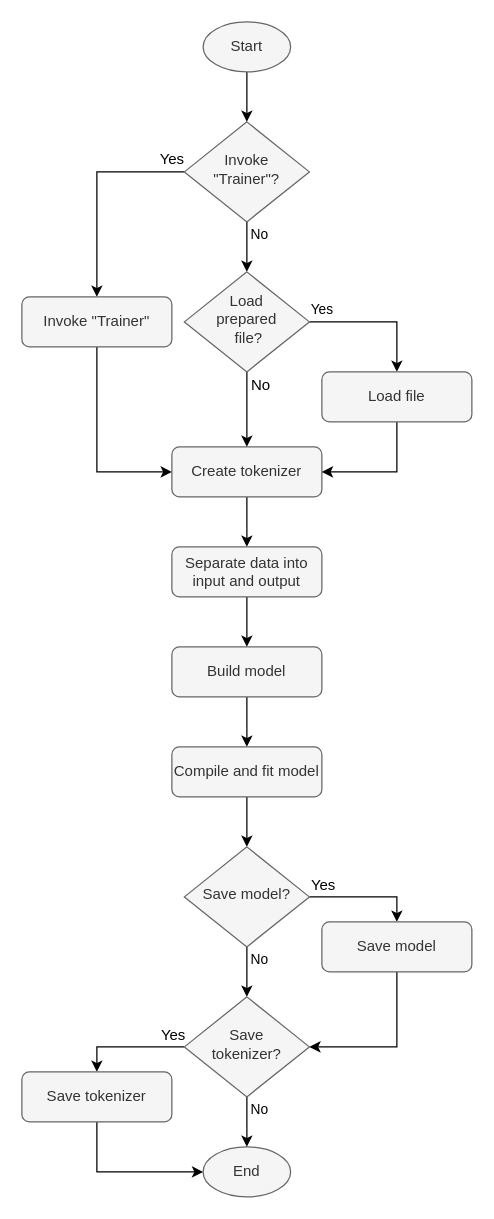
Earlier version of the draw.io diagram Report/pictures/flowchart_trainer.drawio (Teawolf-beep/TwitterBot). Source tidied: cells renumbered, new cells numbered last; positions are measured from the earlier drawing's top-left corner, leaving out a move shared by most shapes. Both pictures are drawn from the tidied source at 125%, with x=0, y=0 at pixel (21, 21).
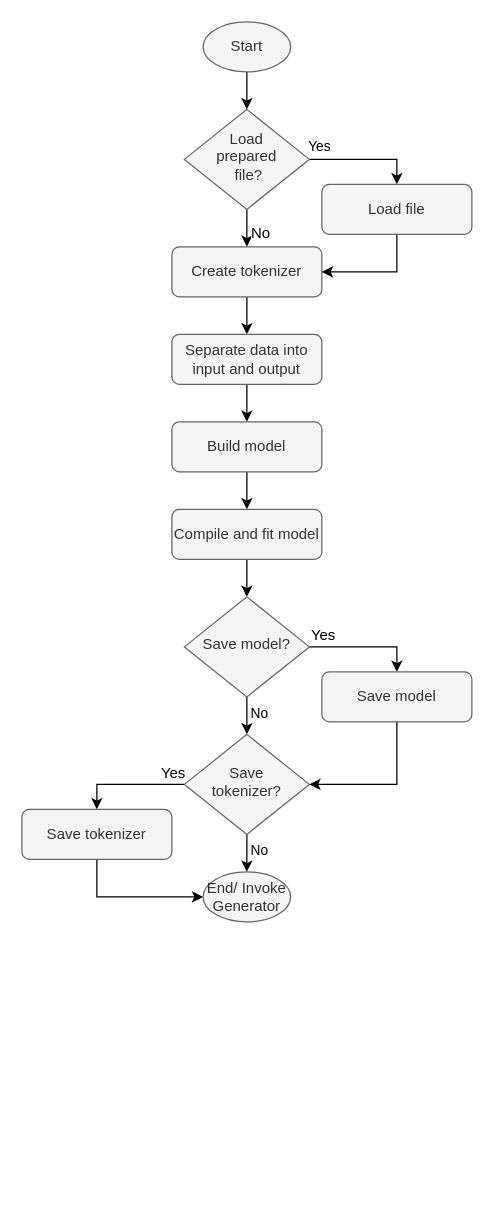
Above is the later version.

The change refers to these unchanged cells:
```xml
<mxCell id="14" style="edgeStyle=orthogonalEdgeStyle;rounded=0;jettySize=auto;html=1;entryX=0.5;entryY=0;entryDx=0;entryDy=0;" parent="1" edge="1" source="17" target="3">
  <mxGeometry relative="1" as="geometry" />
</mxCell>
<mxCell id="19" value="Start" style="ellipse;whiteSpace=wrap;html=1;fillColor=#f5f5f5;strokeColor=#666666;fontColor=#333333;" parent="1" vertex="1">
  <mxGeometry x="145" width="70" height="40" as="geometry" />
</mxCell>
```

Diff of the diagram source:
```diff
@@
     <mxCell id="3" value="Create tokenizer" style="rounded=1;whiteSpace=wrap;html=1;fontSize=12;glass=0;strokeWidth=1;shadow=0;fillColor=#f5f5f5;strokeColor=#666666;fontColor=#333333;" parent="1" vertex="1">
-      <mxGeometry x="120" y="340" width="120" height="40" as="geometry" />
+      <mxGeometry x="120" y="180" width="120" height="40" as="geometry" />
     </mxCell>
@@
     <mxCell id="5" value="Separate data into input and output" style="rounded=1;whiteSpace=wrap;html=1;fontSize=12;glass=0;strokeWidth=1;shadow=0;fillColor=#f5f5f5;strokeColor=#666666;fontColor=#333333;" parent="1" vertex="1">
-      <mxGeometry x="120" y="420" width="120" height="40" as="geometry" />
+      <mxGeometry x="120" y="250" width="120" height="40" as="geometry" />
     </mxCell>
@@
     <mxCell id="7" value="Build model" style="rounded=1;whiteSpace=wrap;html=1;fontSize=12;glass=0;strokeWidth=1;shadow=0;fillColor=#f5f5f5;strokeColor=#666666;fontColor=#333333;" parent="1" vertex="1">
-      <mxGeometry x="120" y="500" width="120" height="40" as="geometry" />
+      <mxGeometry x="120" y="320" width="120" height="40" as="geometry" />
     </mxCell>
@@
     <mxCell id="9" value="Compile and fit model" style="rounded=1;whiteSpace=wrap;html=1;fontSize=12;glass=0;strokeWidth=1;shadow=0;fillColor=#f5f5f5;strokeColor=#666666;fontColor=#333333;" parent="1" vertex="1">
-      <mxGeometry x="120" y="580" width="120" height="40" as="geometry" />
+      <mxGeometry x="120" y="390" width="120" height="40" as="geometry" />
     </mxCell>
-    <mxCell id="10" value="No" style="edgeStyle=orthogonalEdgeStyle;rounded=0;jettySize=auto;html=1;" parent="1" edge="1" source="13" target="17">
-      <mxGeometry x="-0.5" y="10" relative="1" as="geometry" />
-    </mxCell>
-    <mxCell id="11" style="edgeStyle=orthogonalEdgeStyle;rounded=0;jettySize=auto;html=1;entryX=0.5;entryY=0;entryDx=0;entryDy=0;" parent="1" edge="1" source="13" target="30">
-      <mxGeometry relative="1" as="geometry">
-        <Array as="points">
-          <mxPoint x="60" y="120" />
-        </Array>
-      </mxGeometry>
-    </mxCell>
-    <mxCell id="12" value="Yes" style="text;html=1;align=center;verticalAlign=middle;labelBackgroundColor=#ffffff;" parent="11" vertex="1">
-      <mxGeometry x="-0.41" relative="1" as="geometry">
-        <mxPoint x="39.9" y="-10.1" as="offset" />
-      </mxGeometry>
-    </mxCell>
-    <mxCell id="13" value="Invoke &quot;Trainer&quot;?" style="rhombus;whiteSpace=wrap;html=1;shadow=0;fontFamily=Helvetica;fontSize=12;align=center;strokeWidth=1;spacing=6;spacingTop=-4;fillColor=#f5f5f5;strokeColor=#666666;fontColor=#333333;" parent="1" vertex="1">
-      <mxGeometry x="130" y="80" width="100" height="80" as="geometry" />
-    </mxCell>
@@
     <mxCell id="15" value="No" style="text;html=1;align=center;verticalAlign=middle;labelBackgroundColor=#ffffff;" parent="14" vertex="1">
       <mxGeometry x="-0.2" relative="1" as="geometry">
-        <mxPoint x="10" y="-13.8" as="offset" />
+        <mxPoint x="10" y="-1.9" as="offset" />
       </mxGeometry>
     </mxCell>
@@
     <mxCell id="17" value="Load &lt;br&gt;prepared&lt;br&gt;&amp;nbsp;file?" style="rhombus;whiteSpace=wrap;html=1;shadow=0;fontFamily=Helvetica;fontSize=12;align=center;strokeWidth=1;spacing=6;spacingTop=-4;fillColor=#f5f5f5;strokeColor=#666666;fontColor=#333333;" parent="1" vertex="1">
-      <mxGeometry x="130" y="200" width="100" height="80" as="geometry" />
+      <mxGeometry x="130" y="70" width="100" height="80" as="geometry" />
     </mxCell>
-    <mxCell id="18" style="edgeStyle=orthogonalEdgeStyle;rounded=0;jettySize=auto;html=1;entryX=0.5;entryY=0;entryDx=0;entryDy=0;" parent="1" edge="1" source="19" target="13">
+    <mxCell id="18" style="edgeStyle=orthogonalEdgeStyle;rounded=0;jettySize=auto;html=1;entryX=0.5;entryY=0;entryDx=0;entryDy=0;" parent="1" edge="1" source="19" target="17">
       <mxGeometry relative="1" as="geometry" />
     </mxCell>
@@
-    <mxCell id="20" value="End" style="ellipse;whiteSpace=wrap;html=1;fillColor=#f5f5f5;strokeColor=#666666;fontColor=#333333;" parent="1" vertex="1">
-      <mxGeometry x="145" y="900" width="70" height="40" as="geometry" />
+    <mxCell id="20" value="End/ Invoke Generator" style="ellipse;whiteSpace=wrap;html=1;fillColor=#f5f5f5;strokeColor=#666666;fontColor=#333333;" parent="1" vertex="1">
+      <mxGeometry x="145" y="680" width="70" height="40" as="geometry" />
     </mxCell>
@@
     <mxCell id="24" value="Save model?" style="rhombus;whiteSpace=wrap;html=1;shadow=0;fontFamily=Helvetica;fontSize=12;align=center;strokeWidth=1;spacing=6;spacingTop=-4;fillColor=#f5f5f5;strokeColor=#666666;fontColor=#333333;" parent="1" vertex="1">
-      <mxGeometry x="130" y="660" width="100" height="80" as="geometry" />
+      <mxGeometry x="130" y="460" width="100" height="80" as="geometry" />
     </mxCell>
@@
     <mxCell id="28" value="Save &lt;br&gt;tokenizer?" style="rhombus;whiteSpace=wrap;html=1;shadow=0;fontFamily=Helvetica;fontSize=12;align=center;strokeWidth=1;spacing=6;spacingTop=-4;fillColor=#f5f5f5;strokeColor=#666666;fontColor=#333333;" parent="1" vertex="1">
-      <mxGeometry x="130" y="780" width="100" height="80" as="geometry" />
+      <mxGeometry x="130" y="570" width="100" height="80" as="geometry" />
     </mxCell>
-    <mxCell id="29" style="edgeStyle=orthogonalEdgeStyle;rounded=0;jettySize=auto;html=1;exitX=0.5;exitY=1;exitDx=0;exitDy=0;entryX=0;entryY=0.5;entryDx=0;entryDy=0;" parent="1" edge="1" source="30" target="3">
-      <mxGeometry relative="1" as="geometry">
-        <Array as="points">
-          <mxPoint x="60" y="360" />
-        </Array>
-      </mxGeometry>
-    </mxCell>
-    <mxCell id="30" value="Invoke &quot;Trainer&quot;" style="rounded=1;whiteSpace=wrap;html=1;fontSize=12;glass=0;strokeWidth=1;shadow=0;fillColor=#f5f5f5;strokeColor=#666666;fontColor=#333333;" parent="1" vertex="1">
-      <mxGeometry y="220" width="120" height="40" as="geometry" />
-    </mxCell>
@@
     <mxCell id="32" value="Load file" style="rounded=1;whiteSpace=wrap;html=1;fontSize=12;glass=0;strokeWidth=1;shadow=0;fillColor=#f5f5f5;strokeColor=#666666;fontColor=#333333;" parent="1" vertex="1">
-      <mxGeometry x="240" y="280" width="120" height="40" as="geometry" />
+      <mxGeometry x="240" y="130" width="120" height="40" as="geometry" />
     </mxCell>
@@
     <mxCell id="34" value="Save model" style="rounded=1;whiteSpace=wrap;html=1;fontSize=12;glass=0;strokeWidth=1;shadow=0;fillColor=#f5f5f5;strokeColor=#666666;fontColor=#333333;" parent="1" vertex="1">
-      <mxGeometry x="240" y="720" width="120" height="40" as="geometry" />
+      <mxGeometry x="240" y="520" width="120" height="40" as="geometry" />
     </mxCell>
@@
     <mxCell id="36" value="Save tokenizer" style="rounded=1;whiteSpace=wrap;html=1;fontSize=12;glass=0;strokeWidth=1;shadow=0;fillColor=#f5f5f5;strokeColor=#666666;fontColor=#333333;" parent="1" vertex="1">
-      <mxGeometry y="840" width="120" height="40" as="geometry" />
+      <mxGeometry y="630" width="120" height="40" as="geometry" />
     </mxCell>
```
